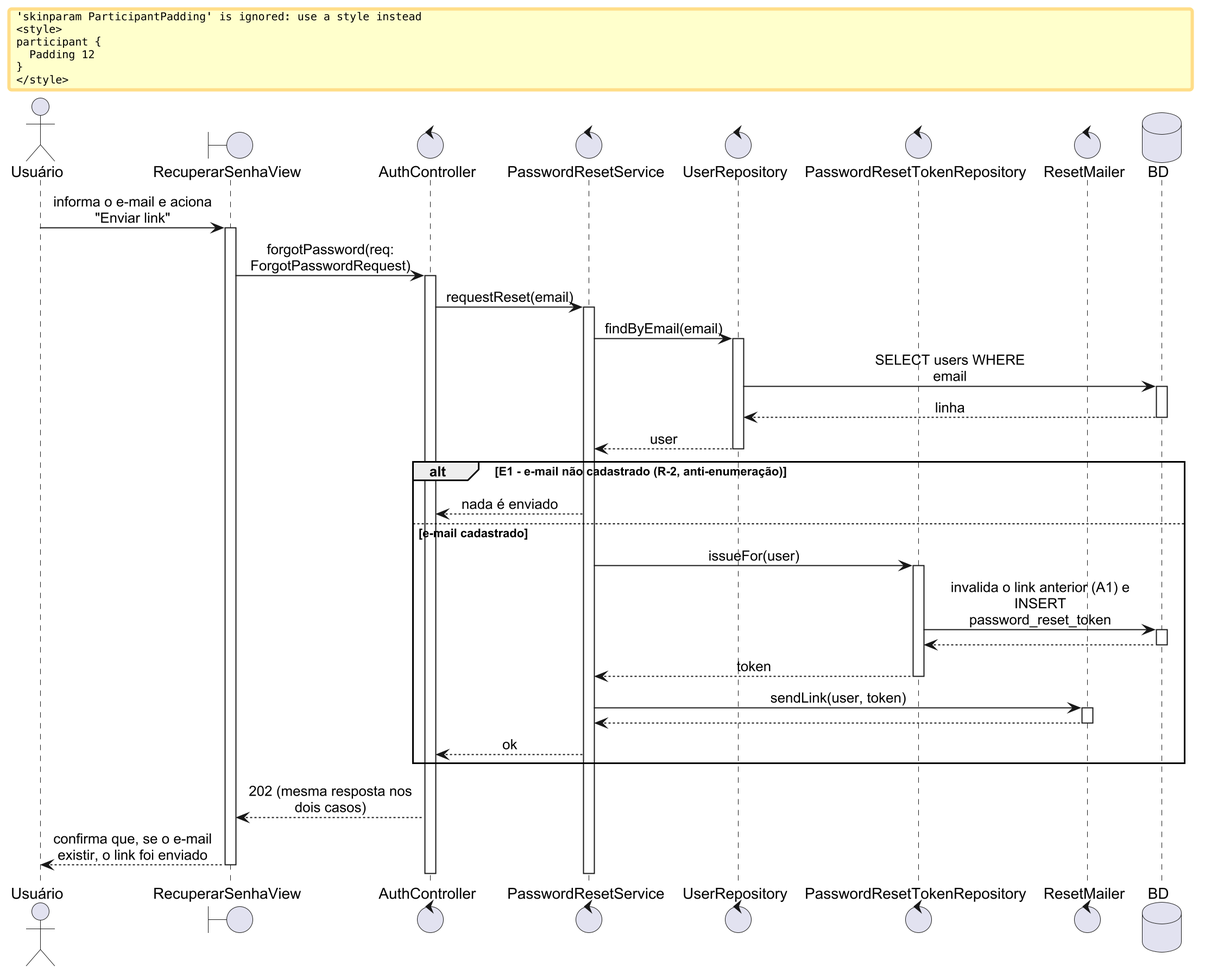
Before: especificacao/diagramas/14-sequencia-uc011-1.png, a diagram exported from PlantUML (Plataforma-de-Cursos-TCC/plataforma-cursos-docs). Its diagram source:
```plantuml
@startuml 14-sequencia-uc011-1
skinparam shadowing false
skinparam dpi 192
skinparam defaultFontName Arial
skinparam sequenceMessageAlign center
skinparam responseMessageBelowArrow true
skinparam wrapMessageWidth 170
skinparam ParticipantPadding 12
skinparam BoxPadding 8

actor "Usuário" as USU
boundary RecuperarSenhaView as V
control AuthController as C
control PasswordResetService as S
control UserRepository as R
control PasswordResetTokenRepository as TR
control ResetMailer as M
database BD

USU -> V ++ : informa o e-mail e aciona "Enviar link"
V -> C ++ : forgotPassword(req: ForgotPasswordRequest)
C -> S ++ : requestReset(email)
S -> R ++ : findByEmail(email)
R -> BD ++ : SELECT users WHERE email
BD --> R -- : linha
R --> S -- : user
alt E1 - e-mail não cadastrado (R-2, anti-enumeração)
  S --> C : nada é enviado
else e-mail cadastrado
  S -> TR ++ : issueFor(user)
  TR -> BD ++ : invalida o link anterior (A1) e INSERT password_reset_token
  BD --> TR --
  TR --> S -- : token
  S -> M ++ : sendLink(user, token)
  M --> S --
  S --> C : ok
end
C --> V : 202 (mesma resposta nos dois casos)
V --> USU : confirma que, se o e-mail existir, o link foi enviado
deactivate S
deactivate C
deactivate V
@enduml
```
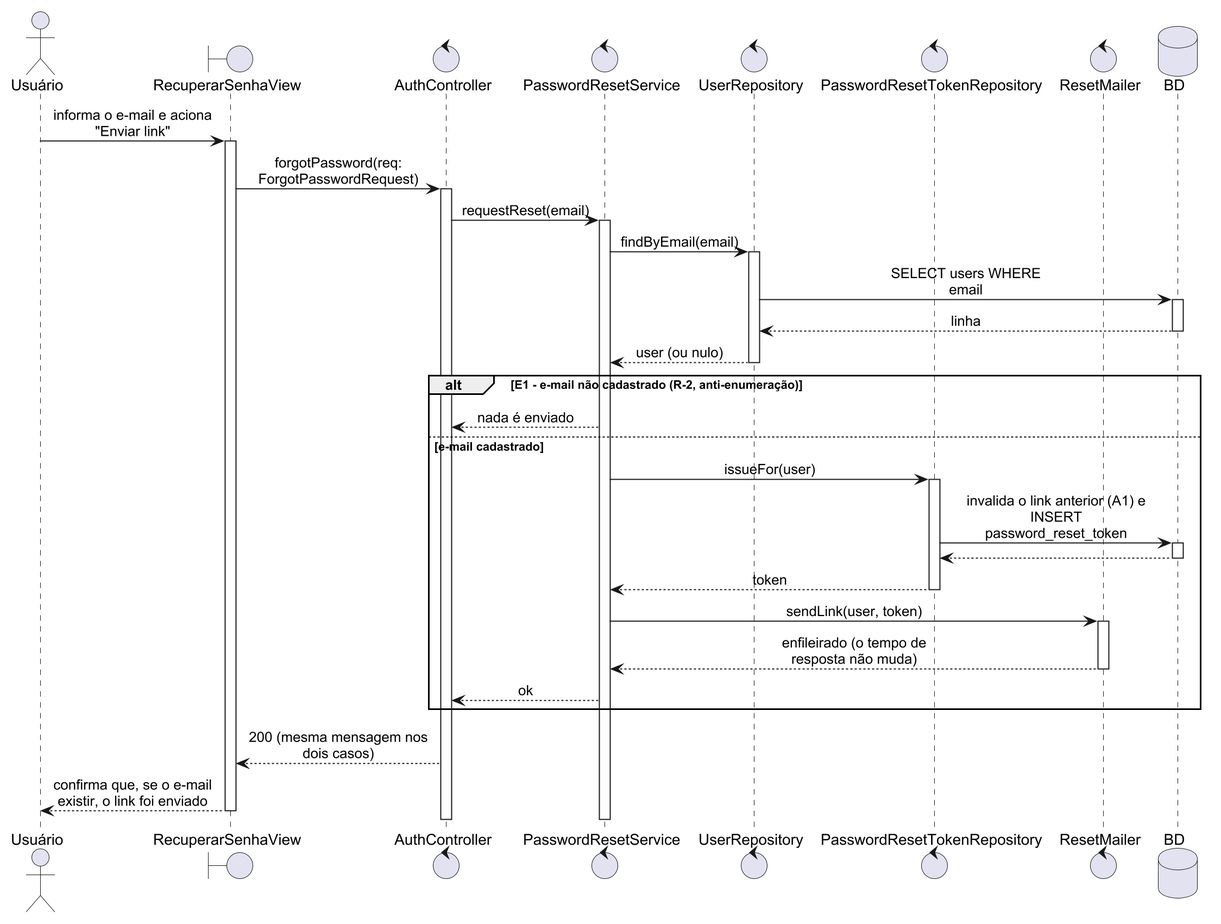
Later version of the same file.

The edit, as a diff of the source:
```diff
@@ -5,7 +5,6 @@
 skinparam sequenceMessageAlign center
 skinparam responseMessageBelowArrow true
 skinparam wrapMessageWidth 170
-skinparam ParticipantPadding 12
 skinparam BoxPadding 8
 
 actor "Usuário" as USU
@@ -23,7 +22,7 @@
 S -> R ++ : findByEmail(email)
 R -> BD ++ : SELECT users WHERE email
 BD --> R -- : linha
-R --> S -- : user
+R --> S -- : user (ou nulo)
 alt E1 - e-mail não cadastrado (R-2, anti-enumeração)
   S --> C : nada é enviado
 else e-mail cadastrado
@@ -32,10 +31,10 @@
   BD --> TR --
   TR --> S -- : token
   S -> M ++ : sendLink(user, token)
-  M --> S --
+  M --> S -- : enfileirado (o tempo de resposta não muda)
   S --> C : ok
 end
-C --> V : 202 (mesma resposta nos dois casos)
+C --> V : 200 (mesma mensagem nos dois casos)
 V --> USU : confirma que, se o e-mail existir, o link foi enviado
 deactivate S
 deactivate C
```
